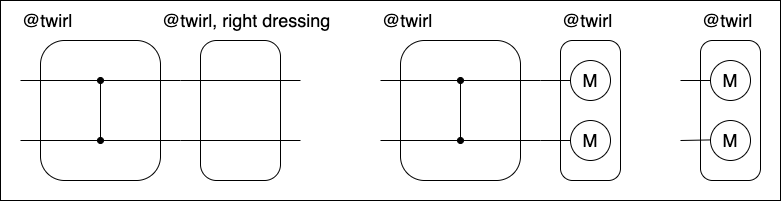
Before: docs/figs/dressed_box_collected.drawio.png, a diagram exported from draw.io (Qiskit/samplomatic). Source tidied: cells renumbered, new cells last; positions are measured from the earlier drawing's top-left corner, leaving out a move shared by most shapes.
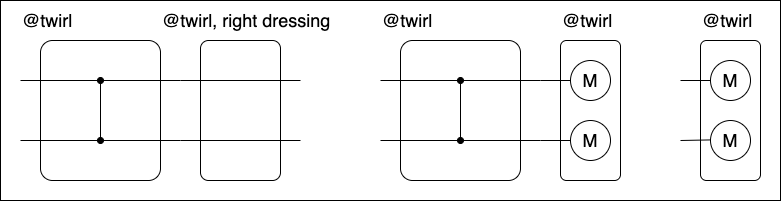
The same file after the commit.

Diff of the diagram source:
```diff
@@ -2,13 +2,13 @@
   <root>
     <mxCell id="0" />
     <mxCell id="1" parent="0" />
-    <mxCell id="2" style="group;fontSize=18;" parent="1" vertex="1">
+    <mxCell id="2" style="group;fontSize=18;arcSize=12;" parent="1" vertex="1">
       <mxGeometry width="780" height="200" as="geometry" />
     </mxCell>
     <mxCell id="3" style="rounded=0;whiteSpace=wrap;html=1;fontSize=18;" parent="2" vertex="1">
       <mxGeometry width="780" height="200" as="geometry" />
     </mxCell>
-    <mxCell id="4" style="rounded=1;whiteSpace=wrap;html=1;arcSize=20;fontSize=18;" parent="2" vertex="1">
+    <mxCell id="4" style="rounded=1;whiteSpace=wrap;html=1;arcSize=10;fontSize=18;" parent="2" vertex="1">
       <mxGeometry x="40" y="40" width="120" height="140" as="geometry" />
     </mxCell>
     <mxCell id="5" style="endArrow=oval;startArrow=oval;html=1;startFill=1;endFill=1;fontSize=18;" parent="2" edge="1">
@@ -32,7 +32,7 @@
     <mxCell id="8" value="&lt;font&gt;@twirl&lt;/font&gt;" style="text;html=1;align=left;verticalAlign=middle;whiteSpace=wrap;rounded=0;fontSize=18;" parent="2" vertex="1">
       <mxGeometry x="20" width="180" height="40" as="geometry" />
     </mxCell>
-    <mxCell id="9" style="rounded=1;whiteSpace=wrap;html=1;arcSize=20;fontSize=18;" parent="2" vertex="1">
+    <mxCell id="9" style="rounded=1;whiteSpace=wrap;html=1;arcSize=10;fontSize=18;" parent="2" vertex="1">
       <mxGeometry x="200" y="40" width="80" height="140" as="geometry" />
     </mxCell>
     <mxCell id="10" style="endArrow=none;html=1;fontSize=18;" parent="2" edge="1">
@@ -50,7 +50,7 @@
     <mxCell id="12" value="&lt;font&gt;@twirl, right dressing&lt;/font&gt;" style="text;html=1;align=left;verticalAlign=middle;whiteSpace=wrap;rounded=0;fontSize=18;" parent="2" vertex="1">
       <mxGeometry x="160" width="180" height="40" as="geometry" />
     </mxCell>
-    <mxCell id="13" style="rounded=1;whiteSpace=wrap;html=1;arcSize=20;fontSize=18;" parent="2" vertex="1">
+    <mxCell id="13" style="rounded=1;whiteSpace=wrap;html=1;arcSize=10;fontSize=18;" parent="2" vertex="1">
       <mxGeometry x="400" y="40" width="120" height="140" as="geometry" />
     </mxCell>
     <mxCell id="14" style="endArrow=oval;startArrow=oval;html=1;startFill=1;endFill=1;fontSize=18;" parent="2" edge="1">
@@ -74,7 +74,7 @@
     <mxCell id="17" value="&lt;font&gt;@twirl&lt;/font&gt;" style="text;html=1;align=left;verticalAlign=middle;whiteSpace=wrap;rounded=0;fontSize=18;" parent="2" vertex="1">
       <mxGeometry x="380" width="180" height="40" as="geometry" />
     </mxCell>
-    <mxCell id="18" style="rounded=1;whiteSpace=wrap;html=1;arcSize=20;fontSize=18;" parent="2" vertex="1">
+    <mxCell id="18" style="rounded=1;whiteSpace=wrap;html=1;arcSize=10;fontSize=18;" parent="2" vertex="1">
       <mxGeometry x="560" y="40" width="60" height="140" as="geometry" />
     </mxCell>
     <mxCell id="19" style="endArrow=none;html=1;fontSize=18;" parent="2" edge="1" target="20">
@@ -96,7 +96,7 @@
     <mxCell id="23" value="&lt;font&gt;@twirl&lt;/font&gt;" style="text;html=1;align=left;verticalAlign=middle;whiteSpace=wrap;rounded=0;fontSize=18;" parent="2" vertex="1">
       <mxGeometry x="560" width="60" height="40" as="geometry" />
     </mxCell>
-    <mxCell id="24" style="rounded=1;whiteSpace=wrap;html=1;arcSize=20;fontSize=18;" parent="2" vertex="1">
+    <mxCell id="24" style="rounded=1;whiteSpace=wrap;html=1;arcSize=10;fontSize=18;" parent="2" vertex="1">
       <mxGeometry x="700" y="40" width="60" height="140" as="geometry" />
     </mxCell>
     <mxCell id="25" value="M" style="ellipse;whiteSpace=wrap;html=1;fontSize=18;" parent="2" vertex="1">
```
